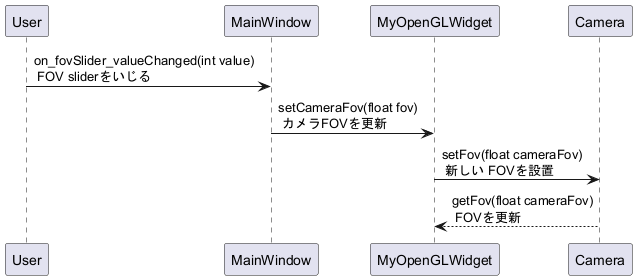
Above: html/inline_umlgraph_12.png in ChihiroYamashita/cg-repo (PlantUML), before the change. Source of this version:
```plantuml
@startuml inline_umlgraph_12.png
User -> MainWindow : on_fovSlider_valueChanged(int value)\n FOV sliderをいじる
MainWindow -> MyOpenGLWidget : setCameraFov(float fov)\n カメラFOVを更新
MyOpenGLWidget -> Camera : setFov(float cameraFov)\n 新しい FOVを設置
Camera --> MyOpenGLWidget : getFov(float cameraFov)\n FOVを更新
@enduml
```
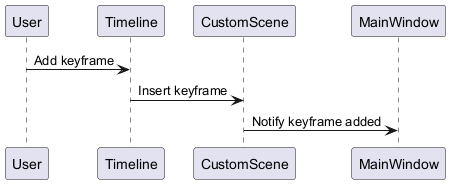
Later version of the same file.

Change to the diagram source:
```diff
@@ -1,6 +1,5 @@
 @startuml inline_umlgraph_12.png
-User -> MainWindow : on_fovSlider_valueChanged(int value)\n FOV sliderをいじる
-MainWindow -> MyOpenGLWidget : setCameraFov(float fov)\n カメラFOVを更新
-MyOpenGLWidget -> Camera : setFov(float cameraFov)\n 新しい FOVを設置
-Camera --> MyOpenGLWidget : getFov(float cameraFov)\n FOVを更新
+User -> Timeline : Add keyframe
+Timeline -> CustomScene : Insert keyframe
+CustomScene -> MainWindow : Notify keyframe added
 @enduml
```
